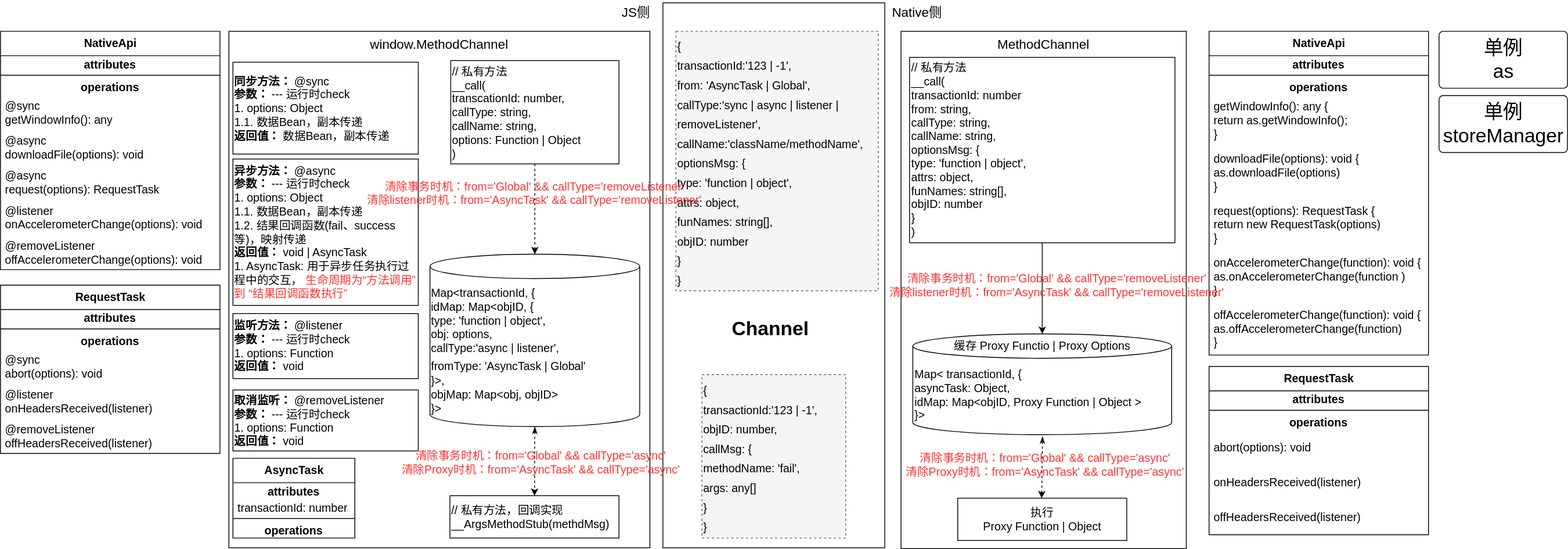
The draw.io diagram docs/jsbridge/jsbridge通信.drawio.svg in jiangfeng52/harmonyos-shell, before a commit. Source tidied: cells renumbered, new cells last; positions are measured from the earlier drawing's top-left corner, leaving out a move shared by most shapes.
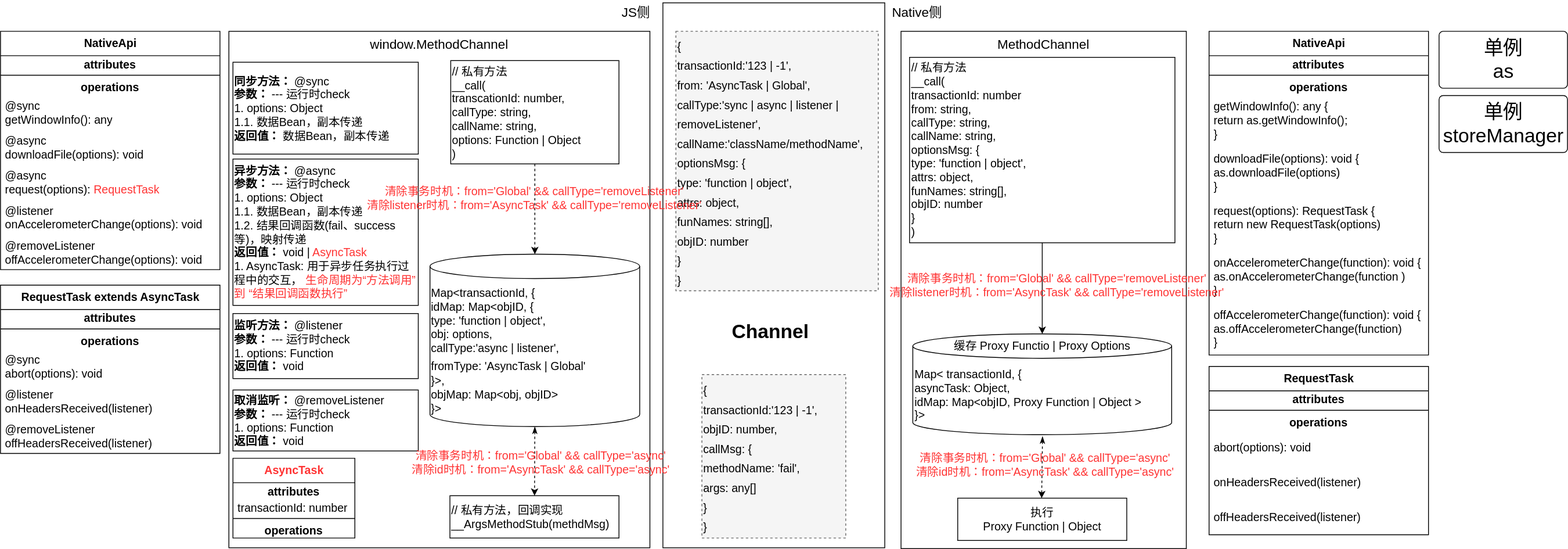
The same file after the commit.

Commit message:
更新jsbridge通信文档

The edit, as a diff of the source:
```diff
@@ -14,7 +14,7 @@
     <mxCell id="5" value="&lt;b&gt;同步方法：&lt;/b&gt;@sync&lt;br&gt;&lt;b&gt;参数：&lt;/b&gt;--- 运行时check&lt;br&gt;1. options: Object&lt;br&gt;1.1. 数据Bean，副本传递&lt;br&gt;&lt;b&gt;返回值：&lt;/b&gt;数据Bean，副本传递" style="rounded=0;whiteSpace=wrap;html=1;fontSize=14;align=left;" parent="1" vertex="1">
       <mxGeometry x="286" y="76" width="228" height="113" as="geometry" />
     </mxCell>
-    <mxCell id="6" value="&lt;b&gt;异步方法：&lt;/b&gt;@async&lt;br&gt;&lt;b&gt;参数：&lt;/b&gt;--- 运行时check&lt;br&gt;1. options: Object&lt;br&gt;1.1. 数据Bean，副本传递&lt;br&gt;1.2. 结果回调函数(fail、success等)，映射传递&lt;br&gt;&lt;b&gt;返回值：&lt;/b&gt;void | AsyncTask&lt;br&gt;1. AsyncTask: 用于异步任务执行过程中的交互，&lt;font color=&quot;#ff3333&quot;&gt;生命周期为“方法调用” 到 “结果回调函数执行”&lt;/font&gt;" style="rounded=0;whiteSpace=wrap;html=1;fontSize=14;align=left;" parent="1" vertex="1">
+    <mxCell id="6" value="&lt;b&gt;异步方法：&lt;/b&gt;@async&lt;br&gt;&lt;b&gt;参数：&lt;/b&gt;--- 运行时check&lt;br&gt;1. options: Object&lt;br&gt;1.1. 数据Bean，副本传递&lt;br&gt;1.2. 结果回调函数(fail、success等)，映射传递&lt;br&gt;&lt;b&gt;返回值：&lt;/b&gt;void | &lt;font color=&quot;#ff3333&quot;&gt;AsyncTask&lt;/font&gt;&lt;br&gt;1. AsyncTask: 用于异步任务执行过程中的交互，&lt;font color=&quot;#ff3333&quot;&gt;生命周期为“方法调用” 到 “结果回调函数执行”&lt;/font&gt;" style="rounded=0;whiteSpace=wrap;html=1;fontSize=14;align=left;" parent="1" vertex="1">
       <mxGeometry x="286" y="195" width="228" height="180" as="geometry" />
     </mxCell>
     <mxCell id="7" value="&lt;b&gt;监听方法：&lt;/b&gt;@listener&lt;br&gt;&lt;b&gt;参数：&lt;/b&gt;--- 运行时check&lt;br&gt;1. options: Function&lt;br&gt;&lt;b&gt;返回值：&lt;/b&gt;void" style="rounded=0;whiteSpace=wrap;html=1;fontSize=14;align=left;" parent="1" vertex="1">
@@ -56,7 +56,7 @@
     <mxCell id="19" value="&lt;span style=&quot;border-color: var(--border-color); font-size: 14px; font-style: normal; font-variant-ligatures: normal; font-variant-caps: normal; font-weight: 400; letter-spacing: normal; orphans: 2; text-indent: 0px; text-transform: none; widows: 2; word-spacing: 0px; -webkit-text-stroke-width: 0px; text-decoration-thickness: initial; text-decoration-style: initial; text-decoration-color: initial; float: none; display: inline !important;&quot;&gt;{&lt;/span&gt;&lt;span style=&quot;border-color: var(--border-color); font-size: 14px; font-style: normal; font-variant-ligatures: normal; font-variant-caps: normal; font-weight: 400; letter-spacing: normal; orphans: 2; text-indent: 0px; text-transform: none; widows: 2; word-spacing: 0px; -webkit-text-stroke-width: 0px; text-decoration-thickness: initial; text-decoration-style: initial; text-decoration-color: initial; float: none; display: inline !important;&quot;&gt;&lt;span style=&quot;border-color: var(--border-color);&quot;&gt;&lt;br&gt;&amp;nbsp; &amp;nbsp; transactionId:'123 | -1',&amp;nbsp;&lt;/span&gt;&lt;br style=&quot;border-color: var(--border-color);&quot;&gt;&lt;span style=&quot;border-color: var(--border-color);&quot;&gt;&amp;nbsp; &amp;nbsp; objID: number,&lt;/span&gt;&lt;span style=&quot;border-color: var(--border-color);&quot;&gt;&lt;br&gt;&lt;/span&gt;&amp;nbsp; &amp;nbsp; callMsg: {&lt;br style=&quot;border-color: var(--border-color);&quot;&gt;&amp;nbsp; &amp;nbsp; &amp;nbsp; &amp;nbsp; methodName: 'fail',&lt;br style=&quot;border-color: var(--border-color);&quot;&gt;&amp;nbsp; &amp;nbsp; &amp;nbsp; &amp;nbsp; args: any[]&lt;br style=&quot;border-color: var(--border-color);&quot;&gt;&amp;nbsp; &amp;nbsp; }&lt;br style=&quot;border-color: var(--border-color);&quot;&gt;}&lt;/span&gt;" style="text;whiteSpace=wrap;html=1;fontSize=20;fontFamily=Helvetica;fillColor=#f5f5f5;fontColor=default;strokeColor=#666666;dashed=1;labelBackgroundColor=none;align=left;verticalAlign=middle;" parent="1" vertex="1">
       <mxGeometry x="863" y="460" width="177" height="201" as="geometry" />
     </mxCell>
-    <mxCell id="20" value="&lt;b&gt;AsyncTask&lt;/b&gt;" style="swimlane;fontStyle=0;align=center;verticalAlign=top;horizontal=1;startSize=30;html=1;fontSize=14;fontColor=#000000;" parent="1" vertex="1">
+    <mxCell id="20" value="&lt;b&gt;AsyncTask&lt;/b&gt;" style="swimlane;fontStyle=0;align=center;verticalAlign=top;horizontal=1;startSize=30;html=1;fontSize=14;fontColor=#FF3333;" parent="1" vertex="1">
       <mxGeometry x="286" y="563" width="150" height="98" as="geometry" />
     </mxCell>
     <mxCell id="21" value="attributes" style="text;html=1;strokeColor=none;fillColor=none;align=center;verticalAlign=middle;spacingLeft=4;spacingRight=4;overflow=hidden;fontSize=14;fontColor=#000000;fontStyle=1;" parent="20" vertex="1">
@@ -71,7 +71,7 @@
     <mxCell id="24" value="operations" style="text;html=1;strokeColor=none;fillColor=none;align=center;verticalAlign=middle;spacingLeft=4;spacingRight=4;overflow=hidden;fontSize=14;fontColor=#000000;fontStyle=1;" parent="20" vertex="1">
       <mxGeometry y="78" width="150" height="20" as="geometry" />
     </mxCell>
-    <mxCell id="25" value="&lt;b&gt;RequestTask&lt;/b&gt;" style="swimlane;fontStyle=0;align=center;verticalAlign=top;horizontal=1;startSize=30;html=1;fontSize=14;fontColor=#000000;" parent="1" vertex="1">
+    <mxCell id="25" value="&lt;b&gt;RequestTask extends AsyncTask&lt;/b&gt;" style="swimlane;fontStyle=0;align=center;verticalAlign=top;horizontal=1;startSize=30;html=1;fontSize=14;fontColor=#000000;" parent="1" vertex="1">
       <mxGeometry y="350" width="270" height="207" as="geometry" />
     </mxCell>
     <mxCell id="26" value="attributes" style="text;html=1;strokeColor=none;fillColor=none;align=center;verticalAlign=middle;spacingLeft=4;spacingRight=4;overflow=hidden;fontSize=14;fontColor=#000000;fontStyle=1;" parent="25" vertex="1">
@@ -110,7 +110,7 @@
     <mxCell id="37" value="&lt;div&gt;@async&lt;/div&gt;&lt;div&gt;downloadFile(options): void&lt;/div&gt;" style="text;html=1;strokeColor=none;fillColor=none;align=left;verticalAlign=middle;spacingLeft=4;spacingRight=4;overflow=hidden;fontSize=14;fontColor=#000000;" parent="32" vertex="1">
       <mxGeometry y="121" width="270" height="43" as="geometry" />
     </mxCell>
-    <mxCell id="38" value="&lt;div&gt;@async&lt;/div&gt;&lt;div&gt;request(options): RequestTask&lt;/div&gt;" style="text;html=1;strokeColor=none;fillColor=none;align=left;verticalAlign=middle;spacingLeft=4;spacingRight=4;overflow=hidden;fontSize=14;fontColor=#000000;" parent="32" vertex="1">
+    <mxCell id="38" value="&lt;div&gt;@async&lt;/div&gt;&lt;div&gt;request(options): &lt;font color=&quot;#ff3333&quot;&gt;RequestTask&lt;/font&gt;&lt;/div&gt;" style="text;html=1;strokeColor=none;fillColor=none;align=left;verticalAlign=middle;spacingLeft=4;spacingRight=4;overflow=hidden;fontSize=14;fontColor=#000000;" parent="32" vertex="1">
       <mxGeometry y="164" width="270" height="43" as="geometry" />
     </mxCell>
     <mxCell id="39" value="&lt;div&gt;@listener&lt;/div&gt;&lt;div&gt;onAccelerometerChange(options): void&lt;/div&gt;" style="text;html=1;strokeColor=none;fillColor=none;align=left;verticalAlign=middle;spacingLeft=4;spacingRight=4;overflow=hidden;fontSize=14;fontColor=#000000;" parent="32" vertex="1">
@@ -188,20 +188,20 @@
         <mxPoint x="1281" y="612" as="targetPoint" />
       </mxGeometry>
     </mxCell>
-    <mxCell id="63" value="清除事务时机：from='Global' &amp;amp;&amp;amp; callType='async'&lt;br&gt;清除Proxy时机：from='AsyncTask' &amp;amp;&amp;amp; callType='async'" style="text;html=1;strokeColor=none;fillColor=none;align=center;verticalAlign=middle;whiteSpace=wrap;rounded=0;fontSize=14;fontColor=#FF3333;" parent="1" vertex="1">
+    <mxCell id="63" value="清除事务时机：from='Global' &amp;amp;&amp;amp; callType='async'&lt;br&gt;清除id时机：from='AsyncTask' &amp;amp;&amp;amp; callType='async'" style="text;html=1;strokeColor=none;fillColor=none;align=center;verticalAlign=middle;whiteSpace=wrap;rounded=0;fontSize=14;fontColor=#FF3333;" parent="1" vertex="1">
       <mxGeometry x="474" y="547" width="382" height="41" as="geometry" />
     </mxCell>
     <mxCell id="64" value="清除事务时机：from='Global' &amp;amp;&amp;amp; callType='removeListener'&lt;br&gt;清除listener时机：from='AsyncTask' &amp;amp;&amp;amp; callType='removeListener'" style="text;html=1;strokeColor=none;fillColor=none;align=center;verticalAlign=middle;whiteSpace=wrap;rounded=0;fontSize=14;fontColor=#FF3333;" parent="1" vertex="1">
       <mxGeometry x="1090" y="335" width="420" height="30" as="geometry" />
     </mxCell>
-    <mxCell id="65" value="清除事务时机：from='Global' &amp;amp;&amp;amp; callType='async'&lt;br&gt;清除Proxy时机：from='AsyncTask' &amp;amp;&amp;amp; callType='async'" style="text;html=1;strokeColor=none;fillColor=none;align=center;verticalAlign=middle;whiteSpace=wrap;rounded=0;fontSize=14;fontColor=#FF3333;" parent="1" vertex="1">
+    <mxCell id="65" value="清除事务时机：from='Global' &amp;amp;&amp;amp; callType='async'&lt;br&gt;清除id时机：from='AsyncTask' &amp;amp;&amp;amp; callType='async'" style="text;html=1;strokeColor=none;fillColor=none;align=center;verticalAlign=middle;whiteSpace=wrap;rounded=0;fontSize=14;fontColor=#FF3333;" parent="1" vertex="1">
       <mxGeometry x="1101.2" y="556" width="369" height="30" as="geometry" />
     </mxCell>
     <mxCell id="66" value="清除事务时机：from='Global' &amp;amp;&amp;amp; callType='removeListener'&lt;br&gt;清除listener时机：from='AsyncTask' &amp;amp;&amp;amp; callType='removeListener'" style="text;html=1;strokeColor=none;fillColor=none;align=center;verticalAlign=middle;whiteSpace=wrap;rounded=0;fontSize=14;fontColor=#FF3333;" parent="1" vertex="1">
-      <mxGeometry x="446.9" y="222" width="420" height="30" as="geometry" />
+      <mxGeometry x="447.4" y="228" width="420" height="30" as="geometry" />
     </mxCell>
     <mxCell id="67" value="&lt;meta charset=&quot;utf-8&quot;&gt;&lt;span style=&quot;color: rgb(0, 0, 0); font-family: Helvetica; font-size: 24px; font-style: normal; font-variant-ligatures: normal; font-variant-caps: normal; font-weight: 700; letter-spacing: normal; orphans: 2; text-indent: 0px; text-transform: none; widows: 2; word-spacing: 0px; -webkit-text-stroke-width: 0px; background-color: rgb(255, 255, 255); text-decoration-thickness: initial; text-decoration-style: initial; text-decoration-color: initial; float: none; display: inline !important;&quot;&gt;Channel&lt;/span&gt;" style="text;whiteSpace=wrap;html=1;fontSize=24;fontColor=#000000;align=center;" parent="1" vertex="1">
-      <mxGeometry x="886" y="383" width="123" height="51" as="geometry" />
+      <mxGeometry x="886" y="387" width="123" height="51" as="geometry" />
     </mxCell>
   </root>
 </mxGraphModel>
```
